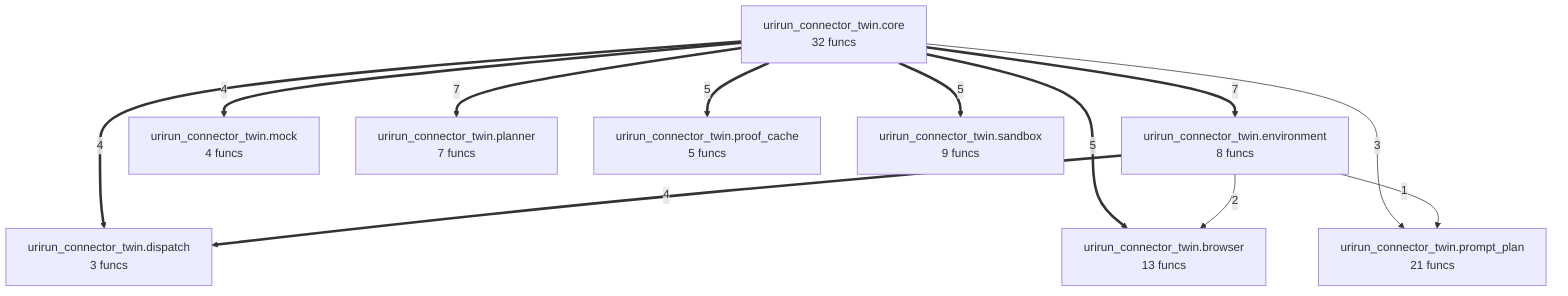
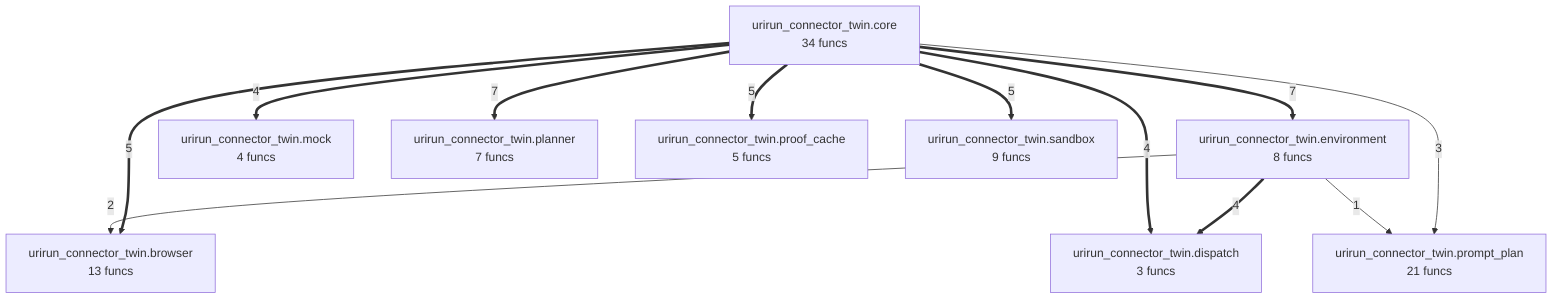
flowchart TD
%% generated in 0.00s
    urirun_connector_twin__browser["urirun_connector_twin.browser<br/>13 funcs"]
-     urirun_connector_twin__core["urirun_connector_twin.core<br/>32 funcs"]
+     urirun_connector_twin__core["urirun_connector_twin.core<br/>34 funcs"]
    urirun_connector_twin__dispatch["urirun_connector_twin.dispatch<br/>3 funcs"]
    urirun_connector_twin__environment["urirun_connector_twin.environment<br/>8 funcs"]
    urirun_connector_twin__mock["urirun_connector_twin.mock<br/>4 funcs"]
    urirun_connector_twin__planner["urirun_connector_twin.planner<br/>7 funcs"]
    urirun_connector_twin__prompt_plan["urirun_connector_twin.prompt_plan<br/>21 funcs"]
    urirun_connector_twin__proof_cache["urirun_connector_twin.proof_cache<br/>5 funcs"]
    urirun_connector_twin__sandbox["urirun_connector_twin.sandbox<br/>9 funcs"]
    urirun_connector_twin__core ==>|7| urirun_connector_twin__environment
    urirun_connector_twin__core ==>|7| urirun_connector_twin__planner
    urirun_connector_twin__core ==>|5| urirun_connector_twin__browser
    urirun_connector_twin__core ==>|5| urirun_connector_twin__sandbox
    urirun_connector_twin__core ==>|5| urirun_connector_twin__proof_cache
+     urirun_connector_twin__environment ==>|4| urirun_connector_twin__dispatch
    urirun_connector_twin__core ==>|4| urirun_connector_twin__mock
    urirun_connector_twin__core ==>|4| urirun_connector_twin__dispatch
-     urirun_connector_twin__environment ==>|4| urirun_connector_twin__dispatch
    urirun_connector_twin__core -->|3| urirun_connector_twin__prompt_plan
    urirun_connector_twin__environment -->|2| urirun_connector_twin__browser
    urirun_connector_twin__environment -->|1| urirun_connector_twin__prompt_plan
